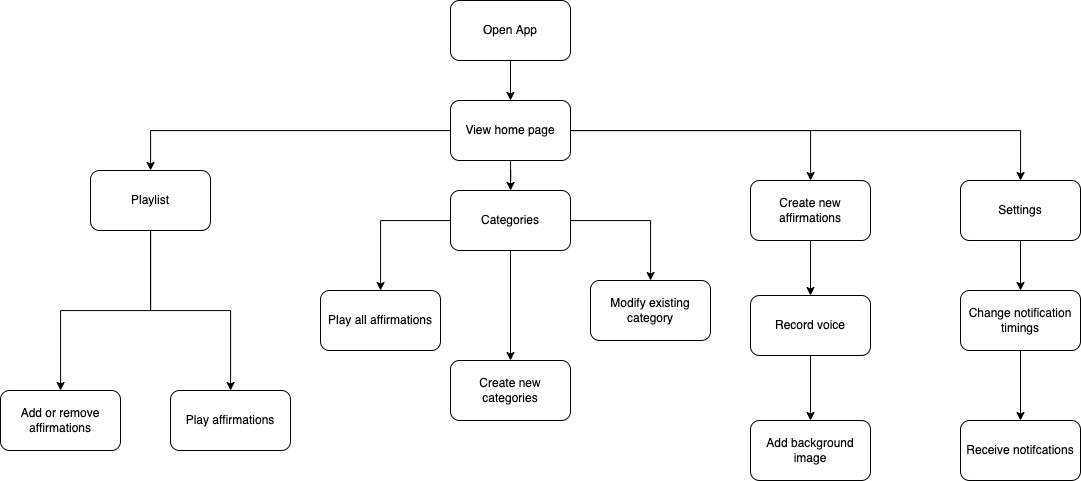
Above: images/affirmation/my_affirmations_flowchart.png in lintov7/lintov7.github.io (draw.io), before the change. Source tidied: cells renumbered, new cells last; positions are measured from the earlier drawing's top-left corner, leaving out a move shared by most shapes.
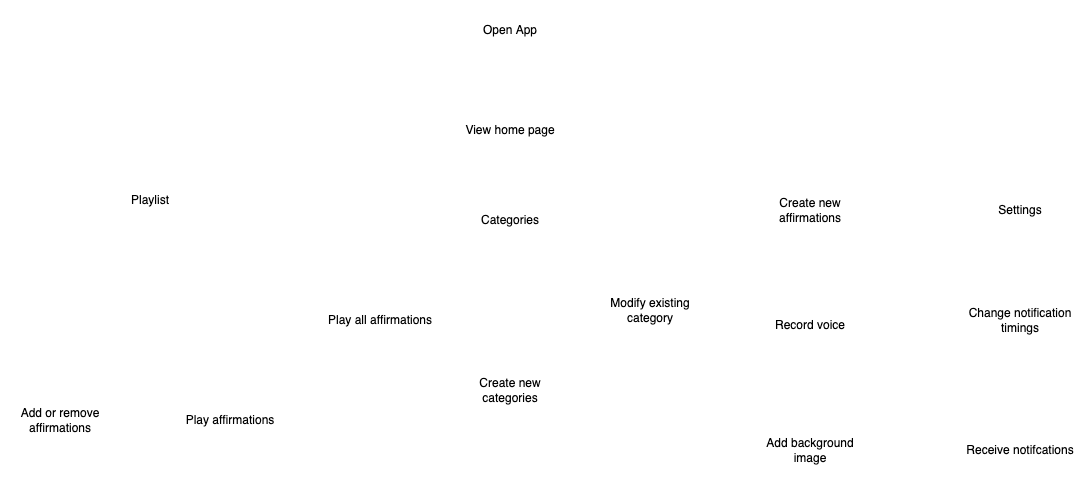
Above is the later version.

Diff of the diagram source:
```diff
@@ -2,91 +2,91 @@
   <root>
     <mxCell id="0" />
     <mxCell id="1" parent="0" />
-    <mxCell id="2" style="edgeStyle=orthogonalEdgeStyle;rounded=0;jettySize=auto;html=1;" parent="1" edge="1" source="3" target="8">
+    <mxCell id="2" style="edgeStyle=orthogonalEdgeStyle;rounded=0;jettySize=auto;html=1;strokeColor=#FFFFFF;" parent="1" edge="1" source="3" target="8">
       <mxGeometry relative="1" as="geometry" />
     </mxCell>
-    <mxCell id="3" value="Open App" style="rounded=1;whiteSpace=wrap;html=1;" parent="1" vertex="1">
+    <mxCell id="3" value="Open App" style="rounded=1;whiteSpace=wrap;html=1;strokeColor=#FFFFFF;" parent="1" vertex="1">
       <mxGeometry x="450" width="120" height="60" as="geometry" />
     </mxCell>
-    <mxCell id="4" style="edgeStyle=orthogonalEdgeStyle;rounded=0;jettySize=auto;html=1;" parent="1" edge="1" source="8" target="11">
+    <mxCell id="4" style="edgeStyle=orthogonalEdgeStyle;rounded=0;jettySize=auto;html=1;strokeColor=#FFFFFF;" parent="1" edge="1" source="8" target="11">
       <mxGeometry relative="1" as="geometry" />
     </mxCell>
-    <mxCell id="5" style="edgeStyle=orthogonalEdgeStyle;rounded=0;jettySize=auto;html=1;" parent="1" edge="1" source="8" target="13">
+    <mxCell id="5" style="edgeStyle=orthogonalEdgeStyle;rounded=0;jettySize=auto;html=1;strokeColor=#FFFFFF;" parent="1" edge="1" source="8" target="13">
       <mxGeometry relative="1" as="geometry" />
     </mxCell>
-    <mxCell id="6" style="edgeStyle=orthogonalEdgeStyle;rounded=0;jettySize=auto;html=1;" parent="1" edge="1" source="8" target="17">
+    <mxCell id="6" style="edgeStyle=orthogonalEdgeStyle;rounded=0;jettySize=auto;html=1;strokeColor=#FFFFFF;" parent="1" edge="1" source="8" target="17">
       <mxGeometry relative="1" as="geometry" />
     </mxCell>
-    <mxCell id="7" style="edgeStyle=orthogonalEdgeStyle;rounded=0;jettySize=auto;html=1;" parent="1" edge="1" source="8" target="27">
+    <mxCell id="7" style="edgeStyle=orthogonalEdgeStyle;rounded=0;jettySize=auto;html=1;strokeColor=#FFFFFF;" parent="1" edge="1" source="8" target="27">
       <mxGeometry relative="1" as="geometry" />
     </mxCell>
-    <mxCell id="8" value="View home page" style="whiteSpace=wrap;html=1;rounded=1;" parent="1" vertex="1">
+    <mxCell id="8" value="View home page" style="whiteSpace=wrap;html=1;rounded=1;strokeColor=#FFFFFF;" parent="1" vertex="1">
       <mxGeometry x="450" y="100" width="120" height="60" as="geometry" />
     </mxCell>
-    <mxCell id="9" style="edgeStyle=orthogonalEdgeStyle;rounded=0;jettySize=auto;html=1;" parent="1" edge="1" source="11" target="24">
+    <mxCell id="9" style="edgeStyle=orthogonalEdgeStyle;rounded=0;jettySize=auto;html=1;strokeColor=#FFFFFF;" parent="1" edge="1" source="11" target="24">
       <mxGeometry relative="1" as="geometry" />
     </mxCell>
-    <mxCell id="10" style="edgeStyle=orthogonalEdgeStyle;rounded=0;jettySize=auto;html=1;" parent="1" edge="1" source="11" target="25">
+    <mxCell id="10" style="edgeStyle=orthogonalEdgeStyle;rounded=0;jettySize=auto;html=1;strokeColor=#FFFFFF;" parent="1" edge="1" source="11" target="25">
       <mxGeometry relative="1" as="geometry" />
     </mxCell>
-    <mxCell id="11" value="Playlist" style="whiteSpace=wrap;html=1;rounded=1;" parent="1" vertex="1">
+    <mxCell id="11" value="Playlist" style="whiteSpace=wrap;html=1;rounded=1;strokeColor=#FFFFFF;" parent="1" vertex="1">
       <mxGeometry x="90" y="170" width="120" height="60" as="geometry" />
     </mxCell>
-    <mxCell id="12" style="edgeStyle=orthogonalEdgeStyle;rounded=0;jettySize=auto;html=1;" parent="1" edge="1" source="13" target="19">
+    <mxCell id="12" style="edgeStyle=orthogonalEdgeStyle;rounded=0;jettySize=auto;html=1;strokeColor=#FFFFFF;" parent="1" edge="1" source="13" target="19">
       <mxGeometry relative="1" as="geometry" />
     </mxCell>
-    <mxCell id="13" value="Create new affirmations" style="whiteSpace=wrap;html=1;rounded=1;" parent="1" vertex="1">
+    <mxCell id="13" value="Create new affirmations" style="whiteSpace=wrap;html=1;rounded=1;strokeColor=#FFFFFF;" parent="1" vertex="1">
       <mxGeometry x="750" y="180" width="120" height="60" as="geometry" />
     </mxCell>
-    <mxCell id="14" style="edgeStyle=orthogonalEdgeStyle;rounded=0;jettySize=auto;html=1;" parent="1" edge="1" source="17" target="21">
+    <mxCell id="14" style="edgeStyle=orthogonalEdgeStyle;rounded=0;jettySize=auto;html=1;strokeColor=#FFFFFF;" parent="1" edge="1" source="17" target="21">
       <mxGeometry relative="1" as="geometry" />
     </mxCell>
-    <mxCell id="15" style="edgeStyle=orthogonalEdgeStyle;rounded=0;jettySize=auto;html=1;" parent="1" edge="1" source="17" target="22">
+    <mxCell id="15" style="edgeStyle=orthogonalEdgeStyle;rounded=0;jettySize=auto;html=1;strokeColor=#FFFFFF;" parent="1" edge="1" source="17" target="22">
       <mxGeometry relative="1" as="geometry" />
     </mxCell>
-    <mxCell id="16" style="edgeStyle=orthogonalEdgeStyle;rounded=0;jettySize=auto;html=1;" parent="1" edge="1" source="17" target="23">
+    <mxCell id="16" style="edgeStyle=orthogonalEdgeStyle;rounded=0;jettySize=auto;html=1;strokeColor=#FFFFFF;" parent="1" edge="1" source="17" target="23">
       <mxGeometry relative="1" as="geometry" />
     </mxCell>
-    <mxCell id="17" value="Categories" style="whiteSpace=wrap;html=1;rounded=1;" parent="1" vertex="1">
+    <mxCell id="17" value="Categories" style="whiteSpace=wrap;html=1;rounded=1;strokeColor=#FFFFFF;" parent="1" vertex="1">
       <mxGeometry x="450" y="190" width="120" height="60" as="geometry" />
     </mxCell>
-    <mxCell id="18" style="edgeStyle=orthogonalEdgeStyle;rounded=0;jettySize=auto;html=1;" parent="1" edge="1" source="19" target="20">
+    <mxCell id="18" style="edgeStyle=orthogonalEdgeStyle;rounded=0;jettySize=auto;html=1;strokeColor=#FFFFFF;" parent="1" edge="1" source="19" target="20">
       <mxGeometry relative="1" as="geometry" />
     </mxCell>
-    <mxCell id="19" value="Record voice" style="whiteSpace=wrap;html=1;rounded=1;" parent="1" vertex="1">
+    <mxCell id="19" value="Record voice" style="whiteSpace=wrap;html=1;rounded=1;strokeColor=#FFFFFF;" parent="1" vertex="1">
       <mxGeometry x="750" y="295" width="120" height="60" as="geometry" />
     </mxCell>
-    <mxCell id="20" value="Add background image" style="whiteSpace=wrap;html=1;rounded=1;" parent="1" vertex="1">
+    <mxCell id="20" value="Add background image" style="whiteSpace=wrap;html=1;rounded=1;strokeColor=#FFFFFF;" parent="1" vertex="1">
       <mxGeometry x="750" y="420" width="120" height="60" as="geometry" />
     </mxCell>
-    <mxCell id="21" value="Create new categories" style="whiteSpace=wrap;html=1;rounded=1;" parent="1" vertex="1">
+    <mxCell id="21" value="Create new categories" style="whiteSpace=wrap;html=1;rounded=1;strokeColor=#FFFFFF;" parent="1" vertex="1">
       <mxGeometry x="450" y="360" width="120" height="60" as="geometry" />
     </mxCell>
-    <mxCell id="22" value="Modify existing category" style="whiteSpace=wrap;html=1;rounded=1;" parent="1" vertex="1">
+    <mxCell id="22" value="Modify existing category" style="whiteSpace=wrap;html=1;rounded=1;strokeColor=#FFFFFF;" parent="1" vertex="1">
       <mxGeometry x="590" y="280" width="120" height="60" as="geometry" />
     </mxCell>
-    <mxCell id="23" value="Play all affirmations" style="whiteSpace=wrap;html=1;rounded=1;" parent="1" vertex="1">
+    <mxCell id="23" value="Play all affirmations" style="whiteSpace=wrap;html=1;rounded=1;strokeColor=#FFFFFF;" parent="1" vertex="1">
       <mxGeometry x="320" y="290" width="120" height="60" as="geometry" />
     </mxCell>
-    <mxCell id="24" value="Play affirmations" style="whiteSpace=wrap;html=1;rounded=1;" parent="1" vertex="1">
+    <mxCell id="24" value="Play affirmations" style="whiteSpace=wrap;html=1;rounded=1;strokeColor=#FFFFFF;" parent="1" vertex="1">
       <mxGeometry x="170" y="390" width="120" height="60" as="geometry" />
     </mxCell>
-    <mxCell id="25" value="Add or remove affirmations" style="whiteSpace=wrap;html=1;rounded=1;" parent="1" vertex="1">
+    <mxCell id="25" value="Add or remove affirmations" style="whiteSpace=wrap;html=1;rounded=1;strokeColor=#FFFFFF;" parent="1" vertex="1">
       <mxGeometry y="390" width="120" height="60" as="geometry" />
     </mxCell>
-    <mxCell id="26" style="edgeStyle=orthogonalEdgeStyle;rounded=0;jettySize=auto;html=1;" parent="1" edge="1" source="27" target="29">
+    <mxCell id="26" style="edgeStyle=orthogonalEdgeStyle;rounded=0;jettySize=auto;html=1;strokeColor=#FFFFFF;" parent="1" edge="1" source="27" target="29">
       <mxGeometry relative="1" as="geometry" />
     </mxCell>
-    <mxCell id="27" value="Settings" style="whiteSpace=wrap;html=1;rounded=1;" parent="1" vertex="1">
+    <mxCell id="27" value="Settings" style="whiteSpace=wrap;html=1;rounded=1;strokeColor=#FFFFFF;" parent="1" vertex="1">
       <mxGeometry x="960" y="180" width="120" height="60" as="geometry" />
     </mxCell>
-    <mxCell id="28" style="edgeStyle=orthogonalEdgeStyle;rounded=0;jettySize=auto;html=1;" parent="1" edge="1" source="29" target="30">
+    <mxCell id="28" style="edgeStyle=orthogonalEdgeStyle;rounded=0;jettySize=auto;html=1;strokeColor=#FFFFFF;" parent="1" edge="1" source="29" target="30">
       <mxGeometry relative="1" as="geometry" />
     </mxCell>
-    <mxCell id="29" value="Change notification timings" style="whiteSpace=wrap;html=1;rounded=1;" parent="1" vertex="1">
+    <mxCell id="29" value="Change notification timings" style="whiteSpace=wrap;html=1;rounded=1;strokeColor=#FFFFFF;" parent="1" vertex="1">
       <mxGeometry x="960" y="290" width="120" height="60" as="geometry" />
     </mxCell>
-    <mxCell id="30" value="Receive notifcations" style="whiteSpace=wrap;html=1;rounded=1;" parent="1" vertex="1">
+    <mxCell id="30" value="Receive notifcations" style="whiteSpace=wrap;html=1;rounded=1;strokeColor=#FFFFFF;" parent="1" vertex="1">
       <mxGeometry x="960" y="420" width="120" height="60" as="geometry" />
     </mxCell>
   </root>
```
